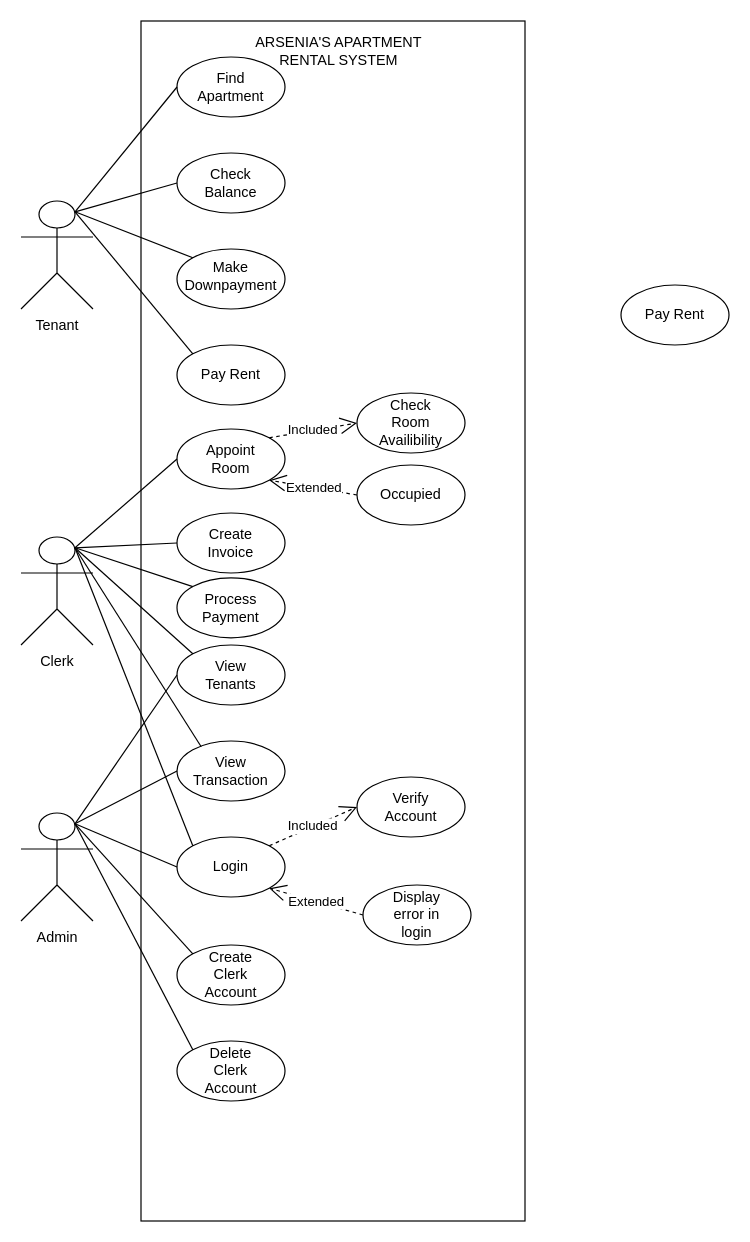
This is USE CASE.drawio from Beskiit/DIAGRAMS, a draw.io file, before an edit. Source tidied: cells renumbered, new cells numbered last; positions are measured from the earlier drawing's top-left corner, leaving out a move shared by most shapes. Both pictures are drawn from the tidied source at 120%, with x=0, y=0 at pixel (20, 20).
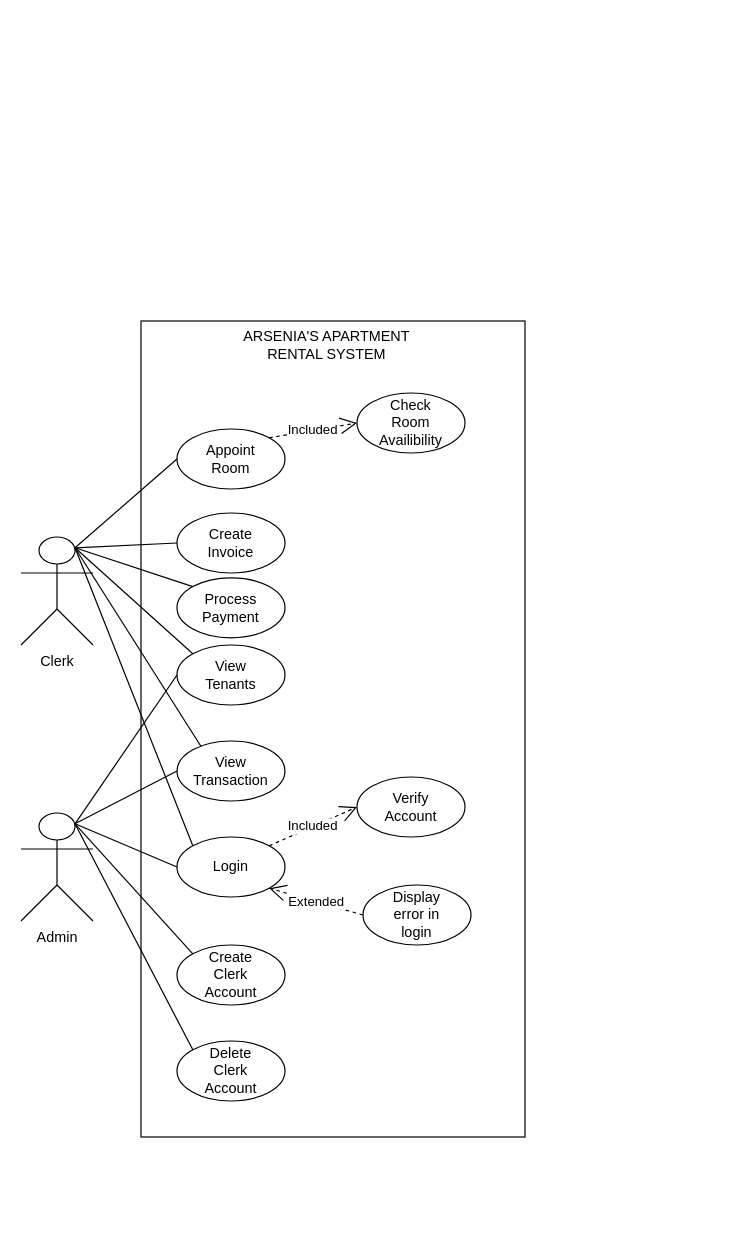
The same diagram, later.

The change refers to these unchanged cells:
```xml
<mxCell id="18" style="ellipse;whiteSpace=wrap;html=1;" parent="1" vertex="1">
  <mxGeometry x="130" y="340" width="90" height="50" as="geometry" />
</mxCell>
```

Change to the diagram source:
```diff
@@
     <mxCell id="2" style="rounded=0;whiteSpace=wrap;html=1;" parent="1" vertex="1">
-      <mxGeometry x="100" width="320" height="1000" as="geometry" />
+      <mxGeometry x="100" y="250" width="320" height="680" as="geometry" />
     </mxCell>
-    <mxCell id="3" value="Tenant" style="shape=umlActor;verticalLabelPosition=bottom;verticalAlign=top;html=1;outlineConnect=0;" parent="1" vertex="1">
-      <mxGeometry y="150" width="60" height="90" as="geometry" />
-    </mxCell>
@@
-    <mxCell id="5" style="ellipse;whiteSpace=wrap;html=1;" parent="1" vertex="1">
-      <mxGeometry x="130" y="30" width="90" height="50" as="geometry" />
-    </mxCell>
-    <mxCell id="6" style="ellipse;whiteSpace=wrap;html=1;" parent="1" vertex="1">
-      <mxGeometry x="130" y="110" width="90" height="50" as="geometry" />
-    </mxCell>
-    <mxCell id="7" style="ellipse;whiteSpace=wrap;html=1;" parent="1" vertex="1">
-      <mxGeometry x="130" y="190" width="90" height="50" as="geometry" />
-    </mxCell>
-    <mxCell id="8" style="ellipse;whiteSpace=wrap;html=1;" parent="1" vertex="1">
-      <mxGeometry x="130" y="270" width="90" height="50" as="geometry" />
-    </mxCell>
-    <mxCell id="9" value="Find Apartment" style="text;html=1;align=center;verticalAlign=middle;whiteSpace=wrap;rounded=0;" parent="1" vertex="1">
-      <mxGeometry x="145" y="40" width="60" height="30" as="geometry" />
-    </mxCell>
-    <mxCell id="10" value="Make Downpayment" style="text;html=1;align=center;verticalAlign=middle;whiteSpace=wrap;rounded=0;" parent="1" vertex="1">
-      <mxGeometry x="145" y="198" width="60" height="30" as="geometry" />
-    </mxCell>
-    <mxCell id="11" value="Pay Rent" style="text;html=1;align=center;verticalAlign=middle;whiteSpace=wrap;rounded=0;" parent="1" vertex="1">
-      <mxGeometry x="145" y="280" width="60" height="30" as="geometry" />
-    </mxCell>
-    <mxCell id="12" value="Check Balance" style="text;html=1;align=center;verticalAlign=middle;whiteSpace=wrap;rounded=0;" parent="1" vertex="1">
-      <mxGeometry x="145" y="120" width="60" height="30" as="geometry" />
-    </mxCell>
@@
-    <mxCell id="14" style="ellipse;whiteSpace=wrap;html=1;" parent="1" vertex="1">
-      <mxGeometry x="500" y="220" width="90" height="50" as="geometry" />
-    </mxCell>
-    <mxCell id="15" value="Pay Rent" style="text;html=1;align=center;verticalAlign=middle;whiteSpace=wrap;rounded=0;" parent="1" vertex="1">
-      <mxGeometry x="515" y="230" width="60" height="30" as="geometry" />
-    </mxCell>
@@
-    <mxCell id="32" style="ellipse;whiteSpace=wrap;html=1;" parent="1" vertex="1">
-      <mxGeometry x="280" y="370" width="90" height="50" as="geometry" />
-    </mxCell>
-    <mxCell id="33" value="Occupied" style="text;html=1;align=center;verticalAlign=middle;whiteSpace=wrap;rounded=0;" parent="1" vertex="1">
-      <mxGeometry x="295" y="380" width="60" height="30" as="geometry" />
-    </mxCell>
@@
-    <mxCell id="39" value="Extended" style="endArrow=open;endSize=12;dashed=1;html=1;rounded=0;entryX=1;entryY=1;entryDx=0;entryDy=0;exitX=0;exitY=0.5;exitDx=0;exitDy=0;" parent="1" edge="1" source="32" target="18">
-      <mxGeometry relative="1" as="geometry" />
-    </mxCell>
@@
     <mxCell id="42" value="ARSENIA'S APARTMENT RENTAL SYSTEM" style="text;html=1;align=center;verticalAlign=middle;whiteSpace=wrap;rounded=0;" parent="1" vertex="1">
-      <mxGeometry x="170" y="10" width="190" height="30" as="geometry" />
+      <mxGeometry x="160" y="255" width="190" height="30" as="geometry" />
     </mxCell>
-    <mxCell id="43" style="endArrow=none;html=1;rounded=0;exitX=0.75;exitY=0.1;exitDx=0;exitDy=0;exitPerimeter=0;entryX=0;entryY=0.5;entryDx=0;entryDy=0;" parent="1" edge="1" source="3" target="5">
-      <mxGeometry relative="1" as="geometry" />
-    </mxCell>
-    <mxCell id="44" style="endArrow=none;html=1;rounded=0;exitX=0.75;exitY=0.1;exitDx=0;exitDy=0;exitPerimeter=0;entryX=0;entryY=0.5;entryDx=0;entryDy=0;" parent="1" edge="1" source="3" target="6">
-      <mxGeometry relative="1" as="geometry" />
-    </mxCell>
-    <mxCell id="45" style="endArrow=none;html=1;rounded=0;exitX=0.75;exitY=0.1;exitDx=0;exitDy=0;exitPerimeter=0;entryX=0;entryY=0;entryDx=0;entryDy=0;" parent="1" edge="1" source="3" target="7">
-      <mxGeometry relative="1" as="geometry" />
-    </mxCell>
-    <mxCell id="46" style="endArrow=none;html=1;rounded=0;exitX=0.75;exitY=0.1;exitDx=0;exitDy=0;exitPerimeter=0;entryX=0;entryY=0;entryDx=0;entryDy=0;" parent="1" edge="1" source="3" target="8">
-      <mxGeometry relative="1" as="geometry" />
-    </mxCell>
```
